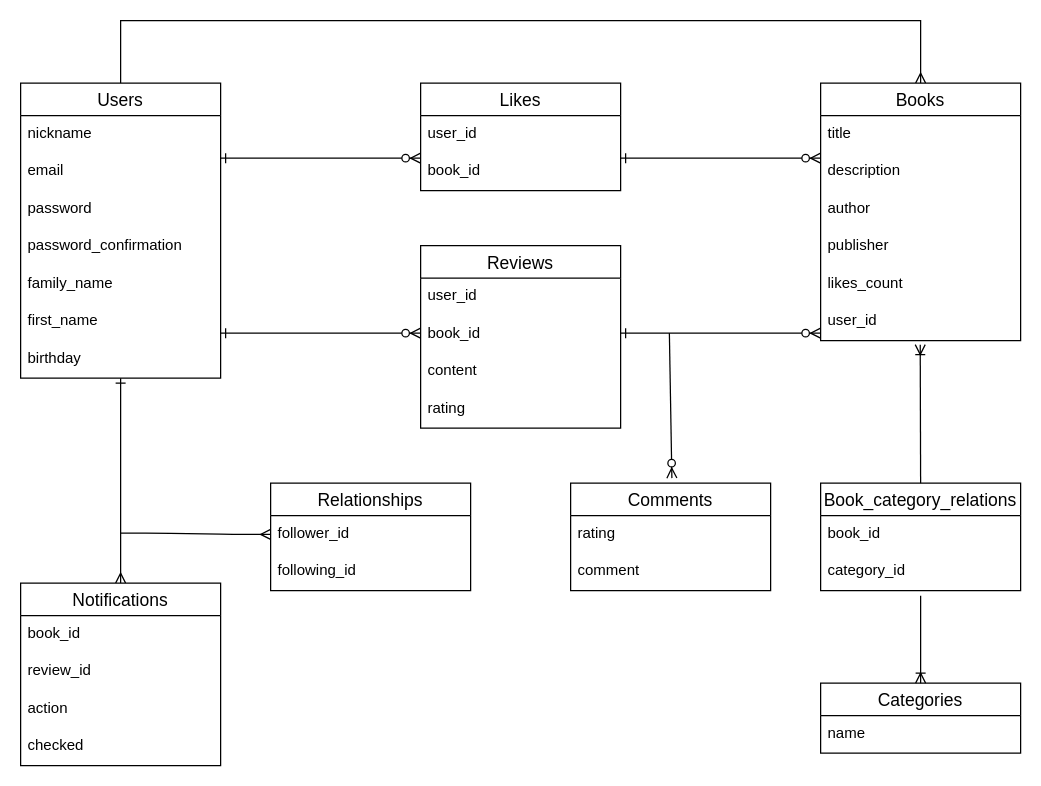
Before: config/ERD.drawio in phyirome/my-bookshelf, a draw.io diagram. Source tidied: cells renumbered, new cells numbered last; positions are measured from the earlier drawing's top-left corner, leaving out a move shared by most shapes. Both pictures are drawn from the tidied source at 125%, with x=0, y=0 at pixel (20, 20).
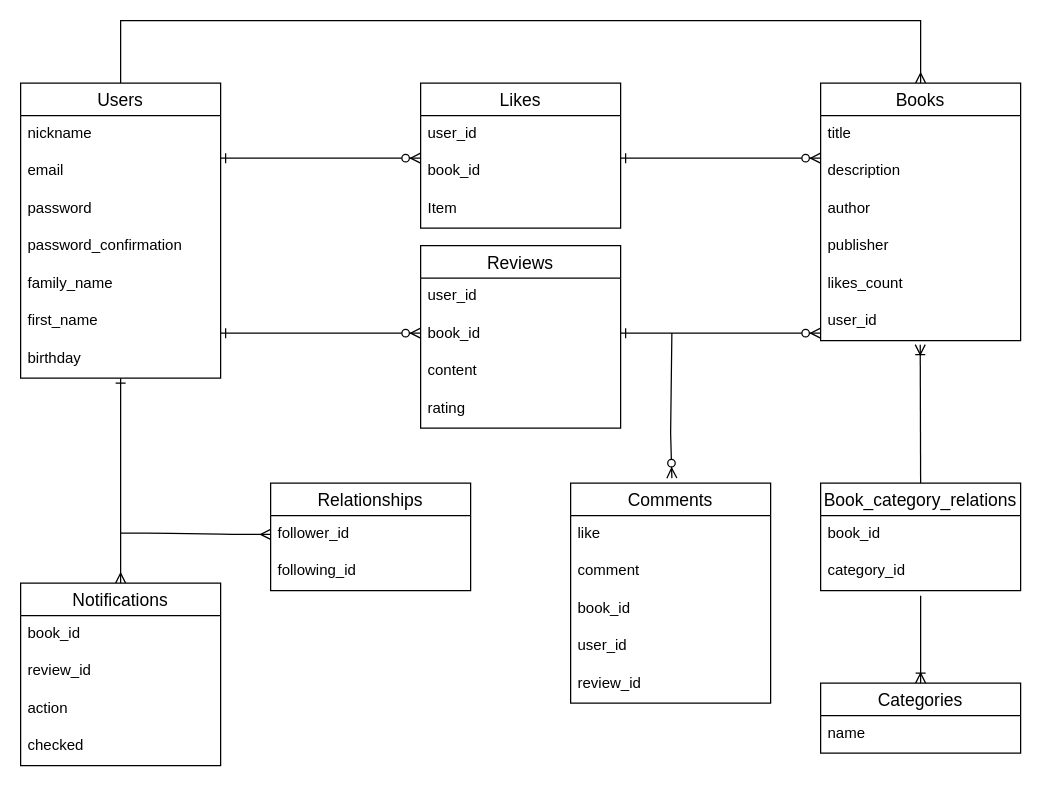
Above is the later version.

Change to the diagram source:
```diff
@@
     <mxCell id="43" value="Likes" style="swimlane;fontStyle=0;horizontal=1;startSize=26;align=center;fontSize=14;" parent="1" vertex="1">
-      <mxGeometry x="320" y="50" width="160" height="86" as="geometry" />
+      <mxGeometry x="320" y="50" width="160" height="116" as="geometry" />
     </mxCell>
@@
+    <mxCell id="51" value="Item" style="text;strokeColor=none;fillColor=none;spacingLeft=4;spacingRight=4;overflow=hidden;fontSize=12;" parent="43" vertex="1">
+      <mxGeometry y="86" width="160" height="30" as="geometry" />
+    </mxCell>
@@
     <mxCell id="47" value="Comments" style="swimlane;fontStyle=0;horizontal=1;startSize=26;align=center;fontSize=14;" parent="1" vertex="1">
-      <mxGeometry x="440" y="370" width="160" height="86" as="geometry" />
+      <mxGeometry x="440" y="370" width="160" height="176" as="geometry" />
     </mxCell>
-    <mxCell id="48" value="rating" style="text;strokeColor=none;fillColor=none;spacingLeft=4;spacingRight=4;overflow=hidden;fontSize=12;" parent="47" vertex="1">
+    <mxCell id="48" value="like" style="text;strokeColor=none;fillColor=none;spacingLeft=4;spacingRight=4;overflow=hidden;fontSize=12;" parent="47" vertex="1">
       <mxGeometry y="26" width="160" height="30" as="geometry" />
     </mxCell>
@@
+    <mxCell id="52" value="book_id" style="text;strokeColor=none;fillColor=none;spacingLeft=4;spacingRight=4;overflow=hidden;fontSize=12;" parent="47" vertex="1">
+      <mxGeometry y="86" width="160" height="30" as="geometry" />
+    </mxCell>
+    <mxCell id="53" value="user_id" style="text;strokeColor=none;fillColor=none;spacingLeft=4;spacingRight=4;overflow=hidden;fontSize=12;" parent="47" vertex="1">
+      <mxGeometry y="116" width="160" height="30" as="geometry" />
+    </mxCell>
+    <mxCell id="54" value="review_id" style="text;strokeColor=none;fillColor=none;spacingLeft=4;spacingRight=4;overflow=hidden;fontSize=12;" parent="47" vertex="1">
+      <mxGeometry y="146" width="160" height="30" as="geometry" />
+    </mxCell>
-    <mxCell id="50" style="fontSize=12;html=1;endArrow=ERzeroToMany;endFill=1;" parent="1" edge="1">
+    <mxCell id="50" style="fontSize=12;html=1;endArrow=ERzeroToMany;endFill=1;rounded=0;" parent="1" edge="1">
       <mxGeometry relative="1" as="geometry">
-        <mxPoint x="519" y="250" as="sourcePoint" />
+        <mxPoint x="521" y="250" as="sourcePoint" />
         <mxPoint x="521" y="366" as="targetPoint" />
+        <Array as="points">
+          <mxPoint x="520" y="330" />
+        </Array>
       </mxGeometry>
     </mxCell>
```
